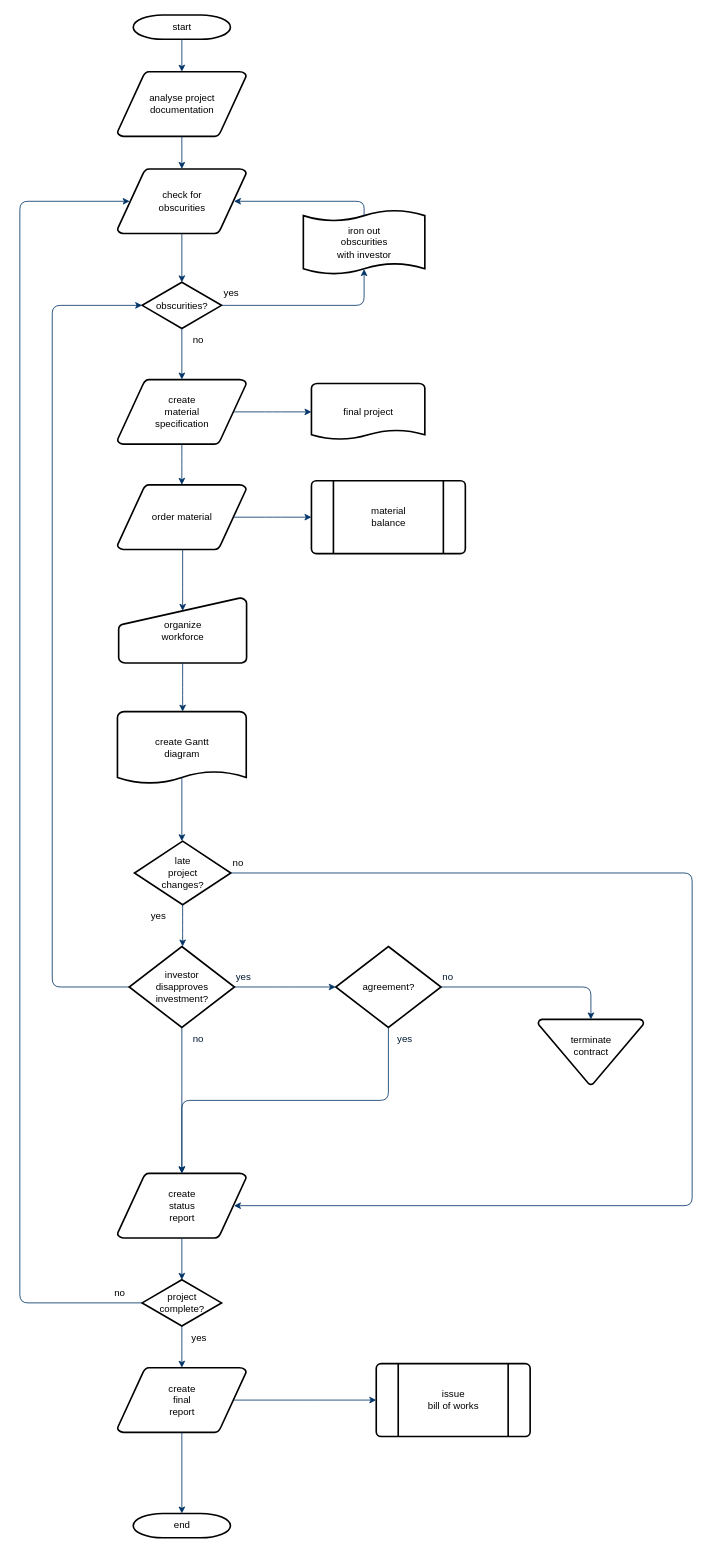
ZaneProjuma/git2 keeps this draw.io diagram as Algorithm.drawio. Above is the earlier version. Source tidied: cells renumbered, new cells numbered last; positions are measured from the earlier drawing's top-left corner, leaving out a move shared by most shapes. Both pictures are drawn from the tidied source at 81%, with x=0, y=0 at pixel (19, 15).
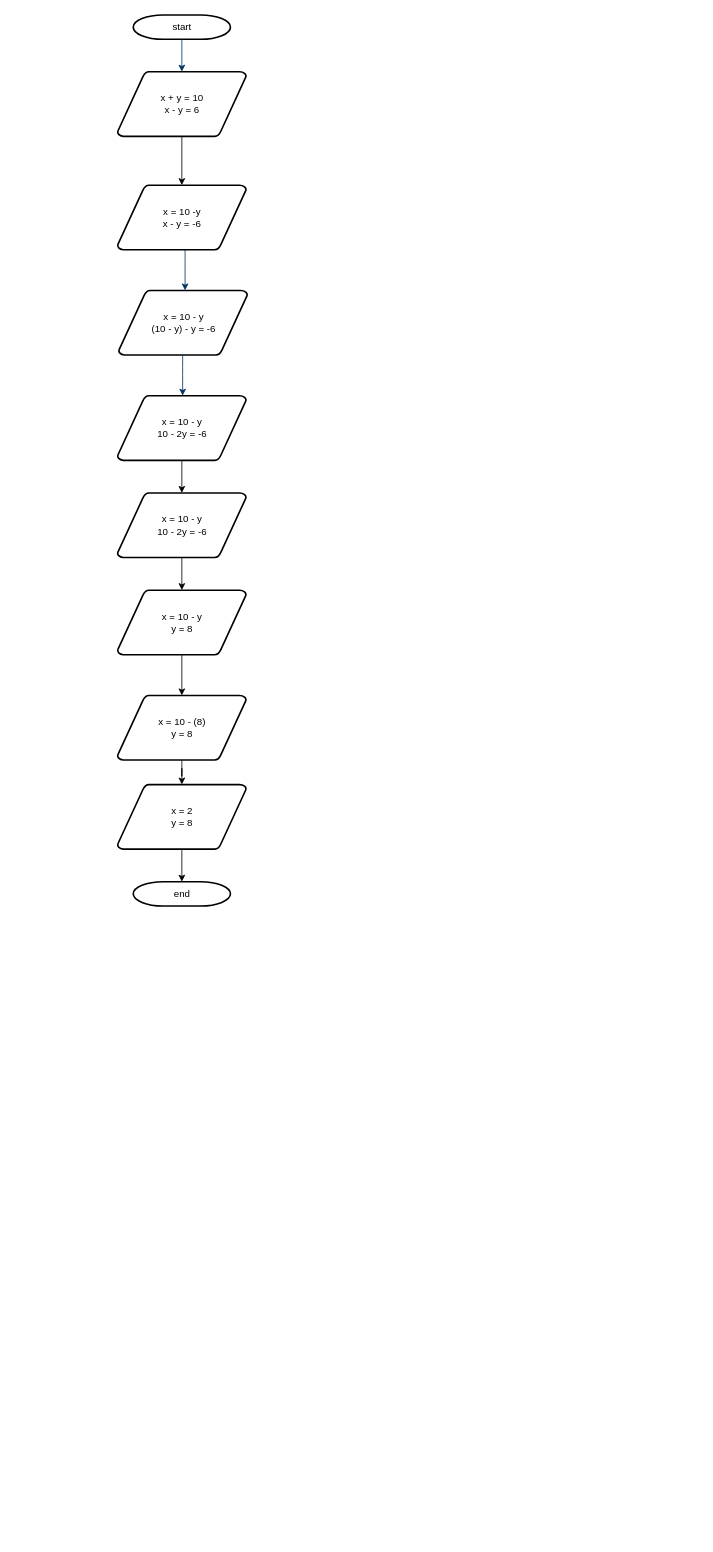
Above is the later version.

The edit, as a diff of the source:
```diff
@@
+    <mxCell id="56" style="edgeStyle=orthogonalEdgeStyle;rounded=0;jettySize=auto;html=1;" parent="1" edge="1" source="3" target="58">
+      <mxGeometry relative="1" as="geometry" />
+    </mxCell>
-    <mxCell id="3" value="analyse project&#10; documentation" style="shape=mxgraph.flowchart.data;strokeWidth=2;gradientColor=none;gradientDirection=north;fontStyle=0;html=1;" parent="1" vertex="1">
+    <mxCell id="3" value="x + y = 10&lt;br&gt;x - y = 6" style="shape=mxgraph.flowchart.data;strokeWidth=2;gradientColor=none;gradientDirection=north;fontStyle=0;html=1;" parent="1" vertex="1">
       <mxGeometry x="120.5" y="70" width="159" height="80" as="geometry" />
     </mxCell>
-    <mxCell id="4" value="create&#10;material&#10;specification" style="shape=mxgraph.flowchart.data;strokeWidth=2;gradientColor=none;gradientDirection=north;fontStyle=0;html=1;" parent="1" vertex="1">
-      <mxGeometry x="120.5" y="450" width="159" height="80" as="geometry" />
+    <mxCell id="4" value="x = 10 - y&lt;br&gt;(10 - y) - y = -6" style="shape=mxgraph.flowchart.data;strokeWidth=2;gradientColor=none;gradientDirection=north;fontStyle=0;html=1;" parent="1" vertex="1">
+      <mxGeometry x="122" y="340" width="159" height="80" as="geometry" />
     </mxCell>
-    <mxCell id="5" value="check for&#10;obscurities" style="shape=mxgraph.flowchart.data;strokeWidth=2;gradientColor=none;gradientDirection=north;fontStyle=0;html=1;" parent="1" vertex="1">
-      <mxGeometry x="120.5" y="190" width="159" height="80" as="geometry" />
-    </mxCell>
-    <mxCell id="6" value="obscurities?" style="shape=mxgraph.flowchart.decision;strokeWidth=2;gradientColor=none;gradientDirection=north;fontStyle=0;html=1;" parent="1" vertex="1">
-      <mxGeometry x="151" y="330" width="98" height="57" as="geometry" />
-    </mxCell>
@@
-    <mxCell id="8" style="fontStyle=1;strokeColor=#003366;strokeWidth=1;html=1;" parent="1" edge="1" source="3" target="5">
-      <mxGeometry relative="1" as="geometry" />
-    </mxCell>
-    <mxCell id="9" style="entryX=0.5;entryY=0;entryPerimeter=0;fontStyle=1;strokeColor=#003366;strokeWidth=1;html=1;" parent="1" edge="1" source="5" target="6">
-      <mxGeometry relative="1" as="geometry" />
-    </mxCell>
-    <mxCell id="10" style="edgeStyle=elbowEdgeStyle;elbow=horizontal;entryX=0.5;entryY=0.91;entryPerimeter=0;exitX=1;exitY=0.5;exitPerimeter=0;fontStyle=1;strokeColor=#003366;strokeWidth=1;html=1;" parent="1" edge="1" source="6" target="51">
-      <mxGeometry x="381" y="28.5" as="geometry">
-        <Array as="points">
-          <mxPoint x="425" y="340" />
-        </Array>
-      </mxGeometry>
-    </mxCell>
-    <mxCell id="11" value="yes" style="text;fontStyle=0;html=1;strokeColor=none;gradientColor=none;fillColor=none;strokeWidth=2;" parent="1" vertex="1">
-      <mxGeometry x="250" y="330" width="40" height="26" as="geometry" />
-    </mxCell>
-    <mxCell id="12" style="edgeStyle=elbowEdgeStyle;elbow=horizontal;fontColor=#001933;fontStyle=1;strokeColor=#003366;strokeWidth=1;html=1;" parent="1" edge="1" source="6" target="4">
-      <mxGeometry as="geometry" />
+    <mxCell id="12" style="edgeStyle=elbowEdgeStyle;elbow=horizontal;fontColor=#001933;fontStyle=1;strokeColor=#003366;strokeWidth=1;html=1;" parent="1" edge="1" target="4">
+      <mxGeometry as="geometry">
+        <mxPoint x="204" y="247" as="sourcePoint" />
+      </mxGeometry>
     </mxCell>
+    <mxCell id="57" style="edgeStyle=orthogonalEdgeStyle;rounded=0;jettySize=auto;html=1;" parent="1" edge="1" source="13" target="60">
+      <mxGeometry relative="1" as="geometry" />
+    </mxCell>
-    <mxCell id="13" value="order material" style="shape=mxgraph.flowchart.data;strokeWidth=2;gradientColor=none;gradientDirection=north;fontStyle=0;html=1;" parent="1" vertex="1">
-      <mxGeometry x="120.5" y="580" width="159" height="80" as="geometry" />
+    <mxCell id="13" value="x = 10 - y&lt;br&gt;10 - 2y = -6" style="shape=mxgraph.flowchart.data;strokeWidth=2;gradientColor=none;gradientDirection=north;fontStyle=0;html=1;" parent="1" vertex="1">
+      <mxGeometry x="120.5" y="470" width="159" height="80" as="geometry" />
     </mxCell>
-    <mxCell id="14" value="no" style="text;fontStyle=0;html=1;strokeColor=none;gradientColor=none;fillColor=none;strokeWidth=2;align=center;" parent="1" vertex="1">
-      <mxGeometry x="200" y="387" width="40" height="26" as="geometry" />
-    </mxCell>
-    <mxCell id="15" value="final project" style="shape=mxgraph.flowchart.document;strokeWidth=2;gradientColor=none;gradientDirection=north;fontStyle=0;html=1;" parent="1" vertex="1">
-      <mxGeometry x="360" y="455" width="140" height="70" as="geometry" />
-    </mxCell>
-    <mxCell id="16" style="edgeStyle=elbowEdgeStyle;elbow=horizontal;exitX=0.905;exitY=0.5;exitPerimeter=0;fontStyle=1;strokeColor=#003366;strokeWidth=1;html=1;" parent="1" edge="1" source="4" target="15">
-      <mxGeometry as="geometry" />
-    </mxCell>
@@
-    <mxCell id="18" value="material&#10;balance" style="shape=mxgraph.flowchart.predefined_process;strokeWidth=2;gradientColor=none;gradientDirection=north;fontStyle=0;html=1;" parent="1" vertex="1">
-      <mxGeometry x="360" y="575" width="190" height="90" as="geometry" />
-    </mxCell>
-    <mxCell id="19" style="edgeStyle=elbowEdgeStyle;elbow=horizontal;exitX=0.905;exitY=0.5;exitPerimeter=0;fontStyle=1;strokeColor=#003366;strokeWidth=1;html=1;" parent="1" edge="1" source="13" target="18">
-      <mxGeometry as="geometry" />
-    </mxCell>
-    <mxCell id="20" value="organize &#10;workforce" style="shape=mxgraph.flowchart.manual_input;strokeWidth=2;gradientColor=none;gradientDirection=north;fontStyle=0;html=1;" parent="1" vertex="1">
-      <mxGeometry x="122" y="720" width="158" height="80" as="geometry" />
-    </mxCell>
-    <mxCell id="21" style="edgeStyle=elbowEdgeStyle;elbow=horizontal;entryX=0.5;entryY=0.195;entryPerimeter=0;fontStyle=1;strokeColor=#003366;strokeWidth=1;html=1;" parent="1" edge="1" source="13" target="20">
-      <mxGeometry as="geometry" />
-    </mxCell>
-    <mxCell id="22" value="create Gantt&#10;diagram" style="shape=mxgraph.flowchart.document;strokeWidth=2;gradientColor=none;gradientDirection=north;fontStyle=0;html=1;" parent="1" vertex="1">
-      <mxGeometry x="120.5" y="860" width="159" height="90" as="geometry" />
-    </mxCell>
-    <mxCell id="23" style="edgeStyle=elbowEdgeStyle;elbow=horizontal;exitX=0.5;exitY=1;exitPerimeter=0;fontStyle=1;strokeColor=#003366;strokeWidth=1;html=1;" parent="1" edge="1" source="20" target="22">
-      <mxGeometry as="geometry" />
-    </mxCell>
-    <mxCell id="24" value="late&#10;project&#10;changes?" style="shape=mxgraph.flowchart.decision;strokeWidth=2;gradientColor=none;gradientDirection=north;fontStyle=0;html=1;" parent="1" vertex="1">
-      <mxGeometry x="141.5" y="1020" width="119" height="78.5" as="geometry" />
-    </mxCell>
-    <mxCell id="25" style="edgeStyle=elbowEdgeStyle;elbow=horizontal;exitX=0.5;exitY=0.9;exitPerimeter=0;fontStyle=1;strokeColor=#003366;strokeWidth=1;html=1;" parent="1" edge="1" source="22" target="24">
-      <mxGeometry as="geometry" />
-    </mxCell>
-    <mxCell id="26" style="edgeStyle=elbowEdgeStyle;elbow=horizontal;exitX=0;exitY=0.5;exitPerimeter=0;entryX=0;entryY=0.5;entryPerimeter=0;fontStyle=1;strokeColor=#003366;strokeWidth=1;html=1;" parent="1" edge="1" source="28" target="6">
-      <mxGeometry as="geometry">
-        <Array as="points">
-          <mxPoint x="40" y="790" />
-        </Array>
-      </mxGeometry>
-    </mxCell>
-    <mxCell id="27" value="yes" style="text;fontStyle=0;html=1;strokeColor=none;gradientColor=none;fillColor=none;strokeWidth=2;" parent="1" vertex="1">
-      <mxGeometry x="160" y="1098.5" width="40" height="26" as="geometry" />
-    </mxCell>
-    <mxCell id="28" value="investor&#10;disapproves&#10; investment?" style="shape=mxgraph.flowchart.decision;strokeWidth=2;gradientColor=none;gradientDirection=north;fontStyle=0;html=1;" parent="1" vertex="1">
-      <mxGeometry x="135" y="1150" width="130" height="100" as="geometry" />
-    </mxCell>
-    <mxCell id="29" value="agreement?" style="shape=mxgraph.flowchart.decision;strokeWidth=2;gradientColor=none;gradientDirection=north;fontStyle=0;html=1;" parent="1" vertex="1">
-      <mxGeometry x="390" y="1150" width="130" height="100" as="geometry" />
-    </mxCell>
-    <mxCell id="30" style="edgeStyle=elbowEdgeStyle;elbow=horizontal;exitX=0.5;exitY=1;exitPerimeter=0;fontStyle=1;strokeColor=#003366;strokeWidth=1;html=1;" parent="1" edge="1" source="24" target="28">
-      <mxGeometry as="geometry" />
-    </mxCell>
-    <mxCell id="31" style="edgeStyle=elbowEdgeStyle;elbow=horizontal;exitX=1;exitY=0.5;exitPerimeter=0;entryX=0;entryY=0.5;entryPerimeter=0;fontStyle=1;strokeColor=#003366;strokeWidth=1;html=1;" parent="1" edge="1" source="28" target="29">
-      <mxGeometry as="geometry" />
-    </mxCell>
-    <mxCell id="32" value="terminate&#10;contract&#10;" style="shape=mxgraph.flowchart.merge_or_storage;strokeWidth=2;gradientColor=none;gradientDirection=north;fontStyle=0;html=1;" parent="1" vertex="1">
-      <mxGeometry x="640" y="1240" width="130" height="80.5" as="geometry" />
-    </mxCell>
-    <mxCell id="33" style="edgeStyle=elbowEdgeStyle;elbow=vertical;exitX=1;exitY=0.5;exitPerimeter=0;entryX=0.5;entryY=0;entryPerimeter=0;fontStyle=1;strokeColor=#003366;strokeWidth=1;html=1;" parent="1" edge="1" source="29" target="32">
-      <mxGeometry as="geometry">
-        <Array as="points">
-          <mxPoint x="620" y="1200" />
-        </Array>
-      </mxGeometry>
-    </mxCell>
-    <mxCell id="34" value="create&#10;status&#10;report" style="shape=mxgraph.flowchart.data;strokeWidth=2;gradientColor=none;gradientDirection=north;fontStyle=0;html=1;" parent="1" vertex="1">
-      <mxGeometry x="120.5" y="1430" width="159" height="80" as="geometry" />
-    </mxCell>
-    <mxCell id="35" style="edgeStyle=elbowEdgeStyle;elbow=vertical;exitX=0.5;exitY=1;exitPerimeter=0;fontColor=#001933;fontStyle=1;strokeColor=#003366;strokeWidth=1;html=1;" parent="1" edge="1" source="28" target="34">
-      <mxGeometry as="geometry" />
-    </mxCell>
-    <mxCell id="36" style="edgeStyle=elbowEdgeStyle;elbow=vertical;exitX=0.5;exitY=1;exitPerimeter=0;entryX=0.5;entryY=0;entryPerimeter=0;fontStyle=1;strokeColor=#003366;strokeWidth=1;html=1;" parent="1" edge="1" source="29" target="34">
-      <mxGeometry as="geometry" />
-    </mxCell>
-    <mxCell id="37" value="project&#10;complete?" style="shape=mxgraph.flowchart.decision;strokeWidth=2;gradientColor=none;gradientDirection=north;fontStyle=0;html=1;" parent="1" vertex="1">
-      <mxGeometry x="151" y="1561.5" width="98" height="57" as="geometry" />
-    </mxCell>
-    <mxCell id="38" value="create&#10;final&#10;report" style="shape=mxgraph.flowchart.data;strokeWidth=2;gradientColor=none;gradientDirection=north;fontStyle=0;html=1;" parent="1" vertex="1">
-      <mxGeometry x="120.5" y="1670" width="159" height="80" as="geometry" />
-    </mxCell>
-    <mxCell id="39" value="issue&#10;bill of works" style="shape=mxgraph.flowchart.predefined_process;strokeWidth=2;gradientColor=none;gradientDirection=north;fontStyle=0;html=1;" parent="1" vertex="1">
-      <mxGeometry x="440" y="1665" width="190" height="90" as="geometry" />
-    </mxCell>
     <mxCell id="40" value="end" style="shape=mxgraph.flowchart.terminator;strokeWidth=2;gradientColor=none;gradientDirection=north;fontStyle=0;html=1;" parent="1" vertex="1">
-      <mxGeometry x="140" y="1850" width="120" height="30" as="geometry" />
+      <mxGeometry x="140" y="1070" width="120" height="30" as="geometry" />
     </mxCell>
-    <mxCell id="41" style="edgeStyle=elbowEdgeStyle;elbow=vertical;exitX=0.5;exitY=1;exitPerimeter=0;entryX=0.5;entryY=0;entryPerimeter=0;fontStyle=1;strokeColor=#003366;strokeWidth=1;html=1;" parent="1" edge="1" source="34" target="37">
-      <mxGeometry as="geometry" />
-    </mxCell>
-    <mxCell id="42" style="edgeStyle=elbowEdgeStyle;elbow=vertical;exitX=0.5;exitY=1;exitPerimeter=0;entryX=0.5;entryY=0;entryPerimeter=0;fontStyle=1;strokeColor=#003366;strokeWidth=1;html=1;" parent="1" edge="1" source="37" target="38">
-      <mxGeometry as="geometry" />
-    </mxCell>
-    <mxCell id="43" style="edgeStyle=elbowEdgeStyle;elbow=vertical;exitX=0.5;exitY=1;exitPerimeter=0;entryX=0.5;entryY=0;entryPerimeter=0;fontStyle=1;strokeColor=#003366;strokeWidth=1;html=1;" parent="1" edge="1" source="38" target="40">
-      <mxGeometry as="geometry" />
-    </mxCell>
-    <mxCell id="44" style="edgeStyle=elbowEdgeStyle;elbow=vertical;exitX=0.905;exitY=0.5;exitPerimeter=0;entryX=0;entryY=0.5;entryPerimeter=0;fontStyle=1;strokeColor=#003366;strokeWidth=1;html=1;" parent="1" edge="1" source="38" target="39">
-      <mxGeometry as="geometry" />
-    </mxCell>
-    <mxCell id="45" style="edgeStyle=elbowEdgeStyle;elbow=horizontal;exitX=1;exitY=0.5;exitPerimeter=0;entryX=0.905;entryY=0.5;entryPerimeter=0;fontStyle=1;strokeColor=#003366;strokeWidth=1;html=1;" parent="1" edge="1" source="24" target="34">
-      <mxGeometry as="geometry">
-        <Array as="points">
-          <mxPoint x="830" y="1260" />
-        </Array>
-      </mxGeometry>
-    </mxCell>
-    <mxCell id="46" value="no" style="text;fontStyle=0;html=1;strokeColor=none;gradientColor=none;fillColor=none;strokeWidth=2;" parent="1" vertex="1">
-      <mxGeometry x="260.5" y="1033.2" width="40" height="26" as="geometry" />
-    </mxCell>
-    <mxCell id="47" value="yes" style="text;fontColor=#001933;fontStyle=0;html=1;strokeColor=none;gradientColor=none;fillColor=none;strokeWidth=2;" parent="1" vertex="1">
-      <mxGeometry x="265" y="1174" width="40" height="26" as="geometry" />
-    </mxCell>
-    <mxCell id="48" value="no" style="text;fontColor=#001933;fontStyle=0;html=1;strokeColor=none;gradientColor=none;fillColor=none;strokeWidth=2;align=center;" parent="1" vertex="1">
-      <mxGeometry x="200" y="1250" width="40" height="26" as="geometry" />
-    </mxCell>
-    <mxCell id="49" value="yes" style="text;fontColor=#001933;fontStyle=0;html=1;strokeColor=none;gradientColor=none;fillColor=none;strokeWidth=2;align=center;" parent="1" vertex="1">
-      <mxGeometry x="455" y="1250" width="40" height="26" as="geometry" />
-    </mxCell>
-    <mxCell id="50" value="no" style="text;fontColor=#001933;fontStyle=0;html=1;strokeColor=none;gradientColor=none;fillColor=none;strokeWidth=2;" parent="1" vertex="1">
-      <mxGeometry x="520" y="1174" width="40" height="26" as="geometry" />
-    </mxCell>
-    <mxCell id="51" value="iron out&#10;obscurities &#10;with investor" style="shape=mxgraph.flowchart.paper_tape;strokeWidth=2;gradientColor=none;gradientDirection=north;fontStyle=0;html=1;" parent="1" vertex="1">
-      <mxGeometry x="350" y="240" width="150" height="81" as="geometry" />
-    </mxCell>
-    <mxCell id="52" style="edgeStyle=elbowEdgeStyle;elbow=horizontal;exitX=0.5;exitY=0.09;exitPerimeter=0;entryX=0.905;entryY=0.5;entryPerimeter=0;fontStyle=1;strokeColor=#003366;strokeWidth=1;html=1;" parent="1" edge="1" source="51" target="5">
-      <mxGeometry as="geometry">
-        <Array as="points">
-          <mxPoint x="425" y="240" />
-        </Array>
-      </mxGeometry>
-    </mxCell>
-    <mxCell id="53" value="yes" style="text;fontStyle=0;html=1;strokeColor=none;gradientColor=none;fillColor=none;strokeWidth=2;align=center;" parent="1" vertex="1">
-      <mxGeometry x="201" y="1620" width="40" height="26" as="geometry" />
-    </mxCell>
-    <mxCell id="54" style="edgeStyle=elbowEdgeStyle;elbow=horizontal;exitX=0;exitY=0.5;exitPerimeter=0;entryX=0.095;entryY=0.5;entryPerimeter=0;fontStyle=1;strokeColor=#003366;strokeWidth=1;html=1;" parent="1" edge="1" source="37" target="5">
-      <mxGeometry as="geometry">
-        <Array as="points">
-          <mxPoint y="910" />
-        </Array>
-      </mxGeometry>
-    </mxCell>
-    <mxCell id="55" value="no" style="text;fontStyle=0;html=1;strokeColor=none;gradientColor=none;fillColor=none;strokeWidth=2;" parent="1" vertex="1">
-      <mxGeometry x="115" y="1564" width="40" height="26" as="geometry" />
-    </mxCell>
+    <mxCell id="58" value="x = 10 -y&lt;br&gt;x - y = -6" style="shape=mxgraph.flowchart.data;strokeWidth=2;gradientColor=none;gradientDirection=north;fontStyle=0;html=1;" parent="1" vertex="1">
+      <mxGeometry x="120.5" y="210" width="159" height="80" as="geometry" />
+    </mxCell>
+    <mxCell id="59" style="edgeStyle=orthogonalEdgeStyle;rounded=0;jettySize=auto;html=1;" parent="1" edge="1" source="60" target="62">
+      <mxGeometry relative="1" as="geometry" />
+    </mxCell>
+    <mxCell id="60" value="x = 10 - y&lt;br&gt;10 - 2y = -6" style="shape=mxgraph.flowchart.data;strokeWidth=2;gradientColor=none;gradientDirection=north;fontStyle=0;html=1;" parent="1" vertex="1">
+      <mxGeometry x="120.5" y="590" width="159" height="80" as="geometry" />
+    </mxCell>
+    <mxCell id="61" style="edgeStyle=orthogonalEdgeStyle;rounded=0;jettySize=auto;html=1;" parent="1" edge="1" source="62" target="64">
+      <mxGeometry relative="1" as="geometry" />
+    </mxCell>
+    <mxCell id="62" value="x = 10 - y&lt;br&gt;y = 8" style="shape=mxgraph.flowchart.data;strokeWidth=2;gradientColor=none;gradientDirection=north;fontStyle=0;html=1;" parent="1" vertex="1">
+      <mxGeometry x="120.5" y="710" width="159" height="80" as="geometry" />
+    </mxCell>
+    <mxCell id="63" style="edgeStyle=orthogonalEdgeStyle;rounded=0;jettySize=auto;html=1;" parent="1" edge="1" source="64" target="66">
+      <mxGeometry relative="1" as="geometry" />
+    </mxCell>
+    <mxCell id="64" value="x = 10 - (8)&lt;br&gt;y = 8" style="shape=mxgraph.flowchart.data;strokeWidth=2;gradientColor=none;gradientDirection=north;fontStyle=0;html=1;" parent="1" vertex="1">
+      <mxGeometry x="120.5" y="840" width="159" height="80" as="geometry" />
+    </mxCell>
+    <mxCell id="65" style="edgeStyle=orthogonalEdgeStyle;rounded=0;jettySize=auto;html=1;" parent="1" edge="1" source="66" target="40">
+      <mxGeometry relative="1" as="geometry" />
+    </mxCell>
+    <mxCell id="66" value="x = 2&lt;br&gt;y = 8" style="shape=mxgraph.flowchart.data;strokeWidth=2;gradientColor=none;gradientDirection=north;fontStyle=0;html=1;" parent="1" vertex="1">
+      <mxGeometry x="120.5" y="950" width="159" height="80" as="geometry" />
+    </mxCell>
```
